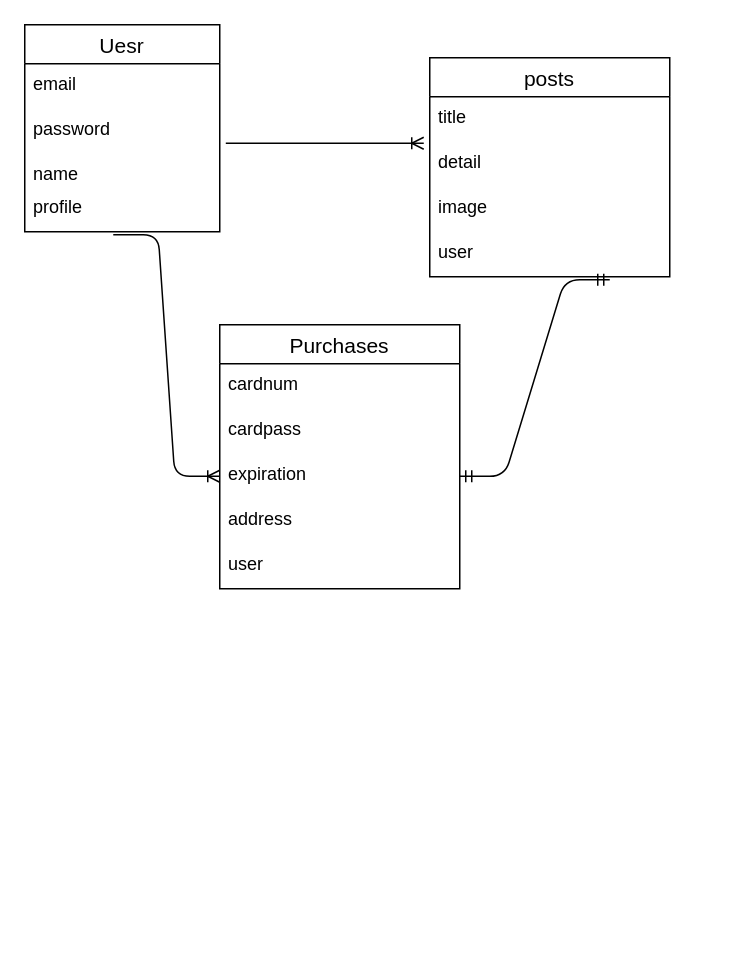
Earlier version of the draw.io diagram ER.dio (Kohei1204/furima-34284). Source tidied: cells renumbered, new cells numbered last; positions are measured from the earlier drawing's top-left corner, leaving out a move shared by most shapes. Both pictures are drawn from the tidied source at 150%, with x=0, y=0 at pixel (24, 24).
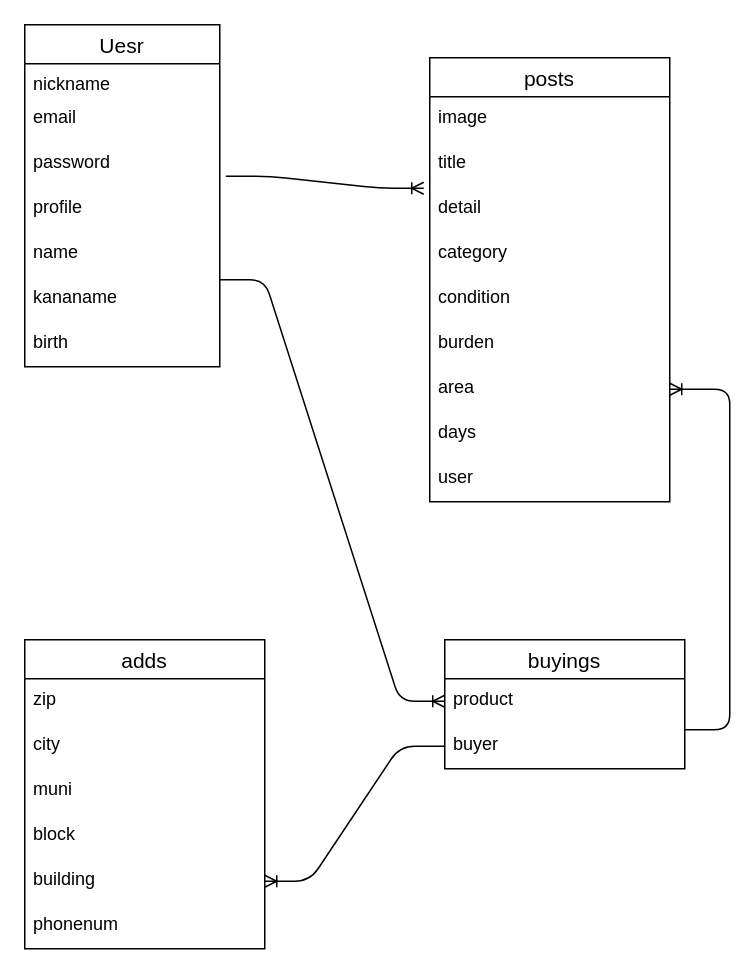
The same diagram, later.

Commit message (it also covers changes not shown here):
テーブルとカラムの記述

The edit, as a diff of the source:
```diff
@@
     <mxCell id="2" value="Uesr" style="swimlane;fontStyle=0;horizontal=1;startSize=26;align=center;fontSize=14;" parent="1" vertex="1">
-      <mxGeometry width="130" height="138" as="geometry" />
+      <mxGeometry width="130" height="228" as="geometry" />
     </mxCell>
+    <mxCell id="5" value="nickname" style="text;strokeColor=none;fillColor=none;spacingLeft=4;spacingRight=4;overflow=hidden;fontSize=12;" parent="2" vertex="1">
+      <mxGeometry y="26" width="130" height="22" as="geometry" />
+    </mxCell>
     <mxCell id="3" value="email" style="text;strokeColor=none;fillColor=none;spacingLeft=4;spacingRight=4;overflow=hidden;fontSize=12;" parent="2" vertex="1">
-      <mxGeometry y="26" width="130" height="30" as="geometry" />
+      <mxGeometry y="48" width="130" height="30" as="geometry" />
     </mxCell>
     <mxCell id="4" value="password" style="text;strokeColor=none;fillColor=none;spacingLeft=4;spacingRight=4;overflow=hidden;points=[[0,0.5],[1,0.5]];portConstraint=eastwest;fontSize=12;" parent="2" vertex="1">
-      <mxGeometry y="56" width="130" height="30" as="geometry" />
+      <mxGeometry y="78" width="130" height="30" as="geometry" />
     </mxCell>
-    <mxCell id="5" value="name" style="text;strokeColor=none;fillColor=none;spacingLeft=4;spacingRight=4;overflow=hidden;fontSize=12;" parent="2" vertex="1">
-      <mxGeometry y="86" width="130" height="22" as="geometry" />
-    </mxCell>
@@
+    <mxCell id="21" value="name" style="text;strokeColor=none;fillColor=none;spacingLeft=4;spacingRight=4;overflow=hidden;fontSize=12;align=left;verticalAlign=top;" parent="2" vertex="1">
+      <mxGeometry y="138" width="130" height="30" as="geometry" />
+    </mxCell>
+    <mxCell id="22" value="kananame" style="text;strokeColor=none;fillColor=none;spacingLeft=4;spacingRight=4;overflow=hidden;fontSize=12;align=left;verticalAlign=top;" parent="2" vertex="1">
+      <mxGeometry y="168" width="130" height="30" as="geometry" />
+    </mxCell>
+    <mxCell id="23" value="birth" style="text;strokeColor=none;fillColor=none;spacingLeft=4;spacingRight=4;overflow=hidden;fontSize=12;align=left;verticalAlign=top;" parent="2" vertex="1">
+      <mxGeometry y="198" width="130" height="30" as="geometry" />
+    </mxCell>
-    <mxCell id="7" value="Purchases" style="swimlane;fontStyle=0;horizontal=1;startSize=26;align=center;fontSize=14;" parent="1" vertex="1">
-      <mxGeometry x="130" y="200" width="160" height="176" as="geometry" />
+    <mxCell id="7" value="adds" style="swimlane;fontStyle=0;horizontal=1;startSize=26;align=center;fontSize=14;" parent="1" vertex="1">
+      <mxGeometry y="410" width="160" height="206" as="geometry" />
     </mxCell>
-    <mxCell id="8" value="cardnum" style="text;strokeColor=none;fillColor=none;spacingLeft=4;spacingRight=4;overflow=hidden;fontSize=12;" parent="7" vertex="1">
+    <mxCell id="8" value="zip" style="text;strokeColor=none;fillColor=none;spacingLeft=4;spacingRight=4;overflow=hidden;fontSize=12;" parent="7" vertex="1">
       <mxGeometry y="26" width="160" height="30" as="geometry" />
     </mxCell>
-    <mxCell id="9" value="cardpass" style="text;strokeColor=none;fillColor=none;spacingLeft=4;spacingRight=4;overflow=hidden;fontSize=12;" parent="7" vertex="1">
+    <mxCell id="9" value="city" style="text;strokeColor=none;fillColor=none;spacingLeft=4;spacingRight=4;overflow=hidden;fontSize=12;" parent="7" vertex="1">
       <mxGeometry y="56" width="160" height="30" as="geometry" />
     </mxCell>
-    <mxCell id="10" value="expiration" style="text;strokeColor=none;fillColor=none;spacingLeft=4;spacingRight=4;overflow=hidden;points=[[0,0.5],[1,0.5]];portConstraint=eastwest;fontSize=12;" parent="7" vertex="1">
+    <mxCell id="10" value="muni" style="text;strokeColor=none;fillColor=none;spacingLeft=4;spacingRight=4;overflow=hidden;points=[[0,0.5],[1,0.5]];portConstraint=eastwest;fontSize=12;" parent="7" vertex="1">
       <mxGeometry y="86" width="160" height="30" as="geometry" />
     </mxCell>
-    <mxCell id="11" value="address" style="text;strokeColor=none;fillColor=none;spacingLeft=4;spacingRight=4;overflow=hidden;fontSize=12;align=left;verticalAlign=top;" parent="7" vertex="1">
+    <mxCell id="11" value="block" style="text;strokeColor=none;fillColor=none;spacingLeft=4;spacingRight=4;overflow=hidden;fontSize=12;align=left;verticalAlign=top;" parent="7" vertex="1">
       <mxGeometry y="116" width="160" height="30" as="geometry" />
     </mxCell>
+    <mxCell id="24" value="building" style="text;strokeColor=none;fillColor=none;spacingLeft=4;spacingRight=4;overflow=hidden;points=[[0,0.5],[1,0.5]];portConstraint=eastwest;fontSize=12;align=left;verticalAlign=top;" parent="7" vertex="1">
+      <mxGeometry y="146" width="160" height="30" as="geometry" />
+    </mxCell>
-    <mxCell id="12" value="user" style="text;strokeColor=none;fillColor=none;spacingLeft=4;spacingRight=4;overflow=hidden;fontSize=12;align=left;verticalAlign=top;" parent="7" vertex="1">
-      <mxGeometry y="146" width="160" height="30" as="geometry" />
+    <mxCell id="12" value="phonenum" style="text;strokeColor=none;fillColor=none;spacingLeft=4;spacingRight=4;overflow=hidden;fontSize=12;align=left;verticalAlign=top;" parent="7" vertex="1">
+      <mxGeometry y="176" width="160" height="30" as="geometry" />
     </mxCell>
     <mxCell id="13" value="posts" style="swimlane;fontStyle=0;horizontal=1;startSize=26;align=center;fontSize=14;" parent="1" vertex="1">
-      <mxGeometry x="270" y="22" width="160" height="146" as="geometry" />
+      <mxGeometry x="270" y="22" width="160" height="296" as="geometry" />
     </mxCell>
+    <mxCell id="16" value="image" style="text;strokeColor=none;fillColor=none;spacingLeft=4;spacingRight=4;overflow=hidden;fontSize=12;align=left;verticalAlign=top;" parent="13" vertex="1">
+      <mxGeometry y="26" width="160" height="30" as="geometry" />
+    </mxCell>
     <mxCell id="14" value="title" style="text;strokeColor=none;fillColor=none;spacingLeft=4;spacingRight=4;overflow=hidden;fontSize=12;" parent="13" vertex="1">
-      <mxGeometry y="26" width="160" height="30" as="geometry" />
+      <mxGeometry y="56" width="160" height="30" as="geometry" />
     </mxCell>
     <mxCell id="15" value="detail" style="text;strokeColor=none;fillColor=none;spacingLeft=4;spacingRight=4;overflow=hidden;points=[[0,0.5],[1,0.5]];portConstraint=eastwest;fontSize=12;" parent="13" vertex="1">
-      <mxGeometry y="56" width="160" height="30" as="geometry" />
+      <mxGeometry y="86" width="160" height="30" as="geometry" />
     </mxCell>
-    <mxCell id="16" value="image" style="text;strokeColor=none;fillColor=none;spacingLeft=4;spacingRight=4;overflow=hidden;fontSize=12;align=left;verticalAlign=top;" parent="13" vertex="1">
-      <mxGeometry y="86" width="160" height="30" as="geometry" />
-    </mxCell>
+    <mxCell id="25" value="category" style="text;strokeColor=none;fillColor=none;spacingLeft=4;spacingRight=4;overflow=hidden;fontSize=12;align=left;verticalAlign=top;" parent="13" vertex="1">
+      <mxGeometry y="116" width="160" height="30" as="geometry" />
+    </mxCell>
+    <mxCell id="26" value="condition" style="text;strokeColor=none;fillColor=none;spacingLeft=4;spacingRight=4;overflow=hidden;fontSize=12;align=left;verticalAlign=top;" parent="13" vertex="1">
+      <mxGeometry y="146" width="160" height="30" as="geometry" />
+    </mxCell>
+    <mxCell id="27" value="burden" style="text;strokeColor=none;fillColor=none;spacingLeft=4;spacingRight=4;overflow=hidden;fontSize=12;align=left;verticalAlign=top;" parent="13" vertex="1">
+      <mxGeometry y="176" width="160" height="30" as="geometry" />
+    </mxCell>
+    <mxCell id="28" value="area" style="text;strokeColor=none;fillColor=none;spacingLeft=4;spacingRight=4;overflow=hidden;points=[[0,0.5],[1,0.5]];portConstraint=eastwest;fontSize=12;align=left;verticalAlign=top;" parent="13" vertex="1">
+      <mxGeometry y="206" width="160" height="30" as="geometry" />
+    </mxCell>
+    <mxCell id="29" value="days" style="text;strokeColor=none;fillColor=none;spacingLeft=4;spacingRight=4;overflow=hidden;fontSize=12;align=left;verticalAlign=top;" parent="13" vertex="1">
+      <mxGeometry y="236" width="160" height="30" as="geometry" />
+    </mxCell>
     <mxCell id="17" value="user" style="text;strokeColor=none;fillColor=none;spacingLeft=4;spacingRight=4;overflow=hidden;fontSize=12;" parent="13" vertex="1">
-      <mxGeometry y="116" width="160" height="30" as="geometry" />
+      <mxGeometry y="266" width="160" height="30" as="geometry" />
     </mxCell>
@@
-    <mxCell id="19" style="edgeStyle=entityRelationEdgeStyle;fontSize=12;html=1;endArrow=ERoneToMany;entryX=0;entryY=0.5;entryDx=0;entryDy=0;" parent="1" edge="1" target="10">
-      <mxGeometry relative="1" as="geometry">
-        <mxPoint x="59" y="140" as="sourcePoint" />
-      </mxGeometry>
-    </mxCell>
-    <mxCell id="20" style="edgeStyle=entityRelationEdgeStyle;fontSize=12;html=1;endArrow=ERmandOne;startArrow=ERmandOne;exitX=1;exitY=0.5;exitDx=0;exitDy=0;" parent="1" edge="1" source="10">
-      <mxGeometry relative="1" as="geometry">
-        <mxPoint x="390" y="170" as="targetPoint" />
-      </mxGeometry>
-    </mxCell>
+    <mxCell id="30" value="buyings" style="swimlane;fontStyle=0;horizontal=1;startSize=26;align=center;fontSize=14;" parent="1" vertex="1">
+      <mxGeometry x="280" y="410" width="160" height="86" as="geometry" />
+    </mxCell>
+    <mxCell id="31" value="product" style="text;strokeColor=none;fillColor=none;spacingLeft=4;spacingRight=4;overflow=hidden;points=[[0,0.5],[1,0.5]];portConstraint=eastwest;fontSize=12;" parent="30" vertex="1">
+      <mxGeometry y="26" width="160" height="30" as="geometry" />
+    </mxCell>
+    <mxCell id="32" value="buyer" style="text;strokeColor=none;fillColor=none;spacingLeft=4;spacingRight=4;overflow=hidden;points=[[0,0.5],[1,0.5]];portConstraint=eastwest;fontSize=12;" parent="30" vertex="1">
+      <mxGeometry y="56" width="160" height="30" as="geometry" />
+    </mxCell>
+    <mxCell id="33" style="edgeStyle=entityRelationEdgeStyle;fontSize=12;html=1;endArrow=ERoneToMany;entryX=1;entryY=0.5;entryDx=0;entryDy=0;exitX=0;exitY=0.5;exitDx=0;exitDy=0;" parent="1" edge="1" source="32" target="24">
+      <mxGeometry relative="1" as="geometry" />
+    </mxCell>
+    <mxCell id="34" style="edgeStyle=entityRelationEdgeStyle;fontSize=12;html=1;endArrow=ERoneToMany;entryX=1;entryY=0.5;entryDx=0;entryDy=0;" parent="1" edge="1" target="28">
+      <mxGeometry relative="1" as="geometry">
+        <mxPoint x="440" y="470" as="sourcePoint" />
+      </mxGeometry>
+    </mxCell>
+    <mxCell id="35" style="edgeStyle=entityRelationEdgeStyle;fontSize=12;html=1;endArrow=ERoneToMany;entryX=0;entryY=0.5;entryDx=0;entryDy=0;" parent="1" edge="1" target="31">
+      <mxGeometry relative="1" as="geometry">
+        <mxPoint x="130" y="170" as="sourcePoint" />
+      </mxGeometry>
+    </mxCell>
```
